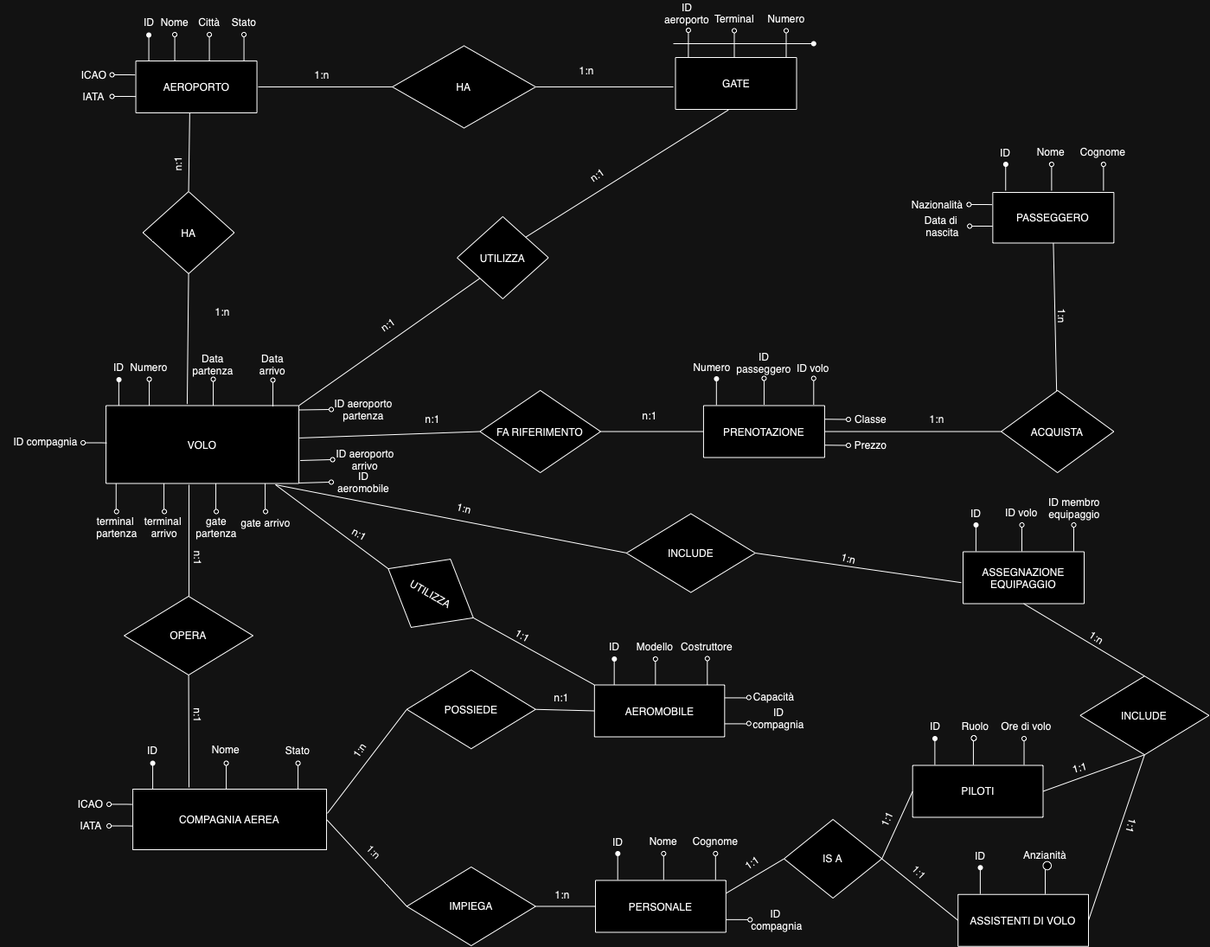
albertocnve1/proj_DB keeps this draw.io diagram as Schema logico ristrutturato/Schema logico (dark).png. Above is the earlier version. Source tidied: cells renumbered, new cells last; positions are measured from the earlier drawing's top-left corner, leaving out a move shared by most shapes.
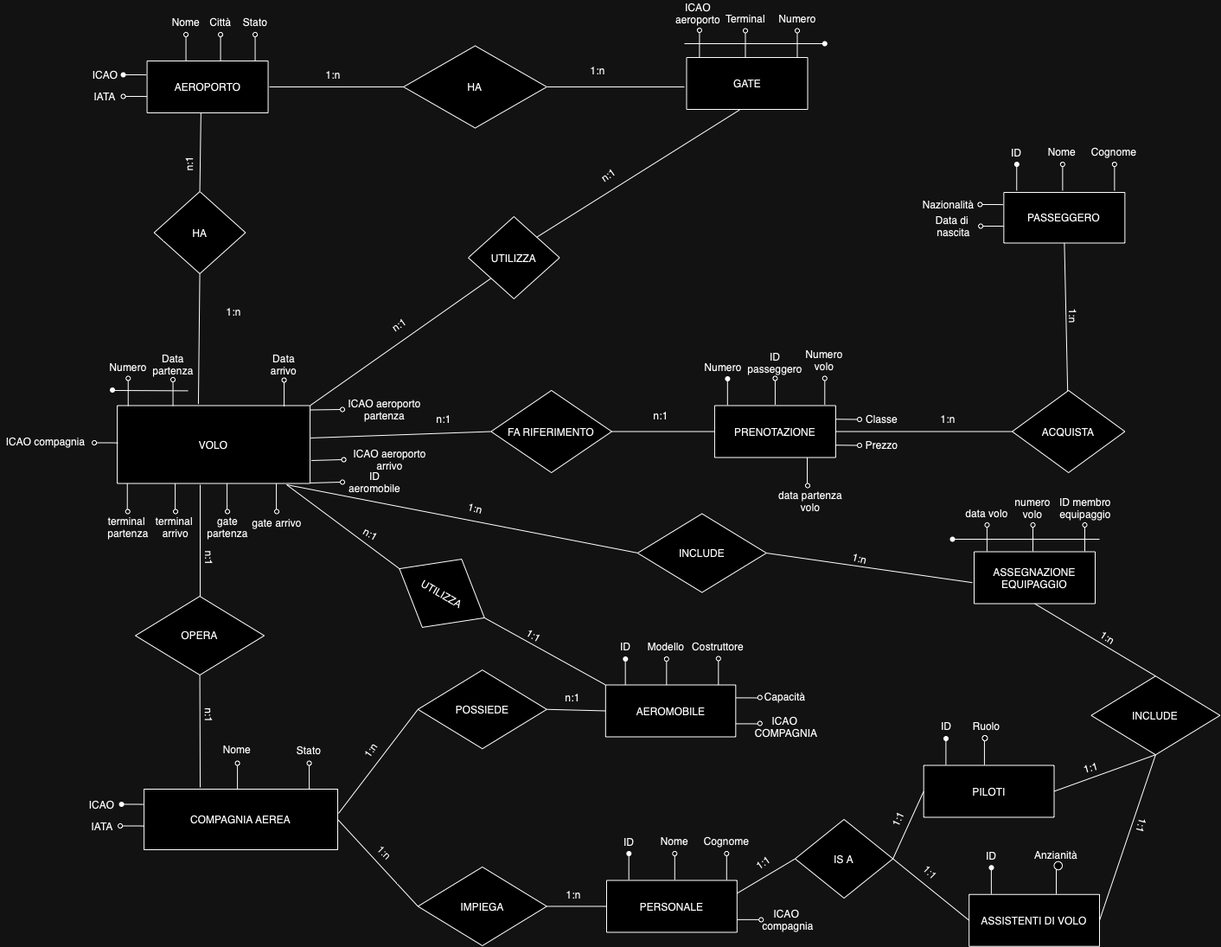
Later version of the same file.

What changed in the source:
```diff
@@ -5,18 +5,6 @@
     <mxCell id="2" value="AEROPORTO" style="rounded=0;whiteSpace=wrap;html=1;" parent="1" vertex="1">
       <mxGeometry x="157.6" y="70" width="140" height="60" as="geometry" />
     </mxCell>
-    <mxCell id="3" style="endArrow=none;html=1;rounded=0;" parent="1" edge="1">
-      <mxGeometry relative="1" as="geometry">
-        <mxPoint x="172.6" y="70" as="sourcePoint" />
-        <mxPoint x="172.6" y="40" as="targetPoint" />
-      </mxGeometry>
-    </mxCell>
-    <mxCell id="4" style="shape=waypoint;sketch=0;fillStyle=solid;size=6;fillColor=none;perimeter=centerPerimeter;" parent="1" vertex="1">
-      <mxGeometry x="162.6" y="30" width="20" height="20" as="geometry" />
-    </mxCell>
-    <mxCell id="5" value="ID" style="text;html=1;align=center;verticalAlign=middle;whiteSpace=wrap;rounded=0;" parent="1" vertex="1">
-      <mxGeometry x="142.6" y="10" width="60" height="30" as="geometry" />
-    </mxCell>
     <mxCell id="6" style="endArrow=none;html=1;rounded=0;" parent="1" edge="1">
       <mxGeometry relative="1" as="geometry">
         <mxPoint x="202.6" y="70" as="sourcePoint" />
@@ -71,18 +59,6 @@
     <mxCell id="16" value="COMPAGNIA AEREA" style="rounded=0;whiteSpace=wrap;html=1;" parent="1" vertex="1">
       <mxGeometry x="154.1" y="912" width="223.9" height="70" as="geometry" />
     </mxCell>
-    <mxCell id="17" style="endArrow=none;html=1;rounded=0;" parent="1" edge="1">
-      <mxGeometry relative="1" as="geometry">
-        <mxPoint x="177.1" y="912" as="sourcePoint" />
-        <mxPoint x="177.1" y="882" as="targetPoint" />
-      </mxGeometry>
-    </mxCell>
-    <mxCell id="18" style="shape=waypoint;sketch=0;fillStyle=solid;size=6;fillColor=none;perimeter=centerPerimeter;" parent="1" vertex="1">
-      <mxGeometry x="167.1" y="872" width="20" height="20" as="geometry" />
-    </mxCell>
-    <mxCell id="19" value="ID" style="text;html=1;align=center;verticalAlign=middle;whiteSpace=wrap;rounded=0;" parent="1" vertex="1">
-      <mxGeometry x="147.1" y="852" width="60" height="30" as="geometry" />
-    </mxCell>
     <mxCell id="20" style="endArrow=none;html=1;rounded=0;" parent="1" edge="1">
       <mxGeometry relative="1" as="geometry">
         <mxPoint x="262.1" y="912" as="sourcePoint" />
@@ -104,9 +80,6 @@
     <mxCell id="23" value="Stato" style="text;html=1;align=center;verticalAlign=middle;whiteSpace=wrap;rounded=0;" parent="1" vertex="1">
       <mxGeometry x="315.1" y="852" width="60" height="30" as="geometry" />
     </mxCell>
-    <mxCell id="24" style="ellipse;whiteSpace=wrap;html=1;" parent="1" vertex="1">
-      <mxGeometry x="127.6" y="83.5" width="5" height="5" as="geometry" />
-    </mxCell>
     <mxCell id="25" style="ellipse;whiteSpace=wrap;html=1;" parent="1" vertex="1">
       <mxGeometry x="127.6" y="108.5" width="5" height="5" as="geometry" />
     </mxCell>
@@ -143,9 +116,6 @@
     <mxCell id="32" value="IATA" style="text;html=1;align=center;verticalAlign=middle;whiteSpace=wrap;rounded=0;" parent="1" vertex="1">
       <mxGeometry x="77.9" y="939.5" width="56.2" height="30" as="geometry" />
     </mxCell>
-    <mxCell id="33" style="ellipse;whiteSpace=wrap;html=1;" parent="1" vertex="1">
-      <mxGeometry x="124.1" y="927" width="5" height="5" as="geometry" />
-    </mxCell>
     <mxCell id="34" style="ellipse;whiteSpace=wrap;html=1;" parent="1" vertex="1">
       <mxGeometry x="124.1" y="952" width="5" height="5" as="geometry" />
     </mxCell>
@@ -209,8 +179,8 @@
     <mxCell id="48" value="Capacità" style="text;html=1;align=center;verticalAlign=middle;whiteSpace=wrap;rounded=0;" parent="1" vertex="1">
       <mxGeometry x="866.8" y="790" width="57" height="30" as="geometry" />
     </mxCell>
-    <mxCell id="49" value="ID compagnia&lt;div&gt;&lt;br&gt;&lt;/div&gt;" style="text;html=1;align=center;verticalAlign=middle;whiteSpace=wrap;rounded=0;" parent="1" vertex="1">
-      <mxGeometry x="872.6" y="811.8" width="56.2" height="49.5" as="geometry" />
+    <mxCell id="49" value="&lt;div&gt;ICAO&amp;nbsp;&lt;/div&gt;&lt;div&gt;COMPAGNIA&lt;/div&gt;" style="text;html=1;align=center;verticalAlign=middle;whiteSpace=wrap;rounded=0;" parent="1" vertex="1">
+      <mxGeometry x="848.9" y="815.2" width="96.4" height="49.5" as="geometry" />
     </mxCell>
     <mxCell id="50" style="ellipse;whiteSpace=wrap;html=1;" parent="1" vertex="1">
       <mxGeometry x="863.8" y="803.5" width="5" height="5" as="geometry" />
@@ -223,7 +193,7 @@
         <mxPoint x="796.4" y="35.5" as="targetPoint" />
       </mxGeometry>
     </mxCell>
-    <mxCell id="53" value="ID&lt;div&gt;aeroporto&lt;/div&gt;" style="text;html=1;align=center;verticalAlign=middle;whiteSpace=wrap;rounded=0;" parent="1" vertex="1">
+    <mxCell id="53" value="ICAO&lt;br&gt;&lt;div&gt;aeroporto&lt;/div&gt;" style="text;html=1;align=center;verticalAlign=middle;whiteSpace=wrap;rounded=0;" parent="1" vertex="1">
       <mxGeometry x="765.3" width="60" height="30" as="geometry" />
     </mxCell>
     <mxCell id="54" style="endArrow=none;html=1;rounded=0;" parent="1" edge="1">
@@ -253,49 +223,34 @@
     <mxCell id="60" value="VOLO" style="rounded=0;whiteSpace=wrap;html=1;" parent="1" vertex="1">
       <mxGeometry x="123.1" y="468.5" width="223" height="90" as="geometry" />
     </mxCell>
-    <mxCell id="61" style="endArrow=none;html=1;rounded=0;" parent="1" edge="1">
-      <mxGeometry relative="1" as="geometry">
-        <mxPoint x="137.9" y="468.5" as="sourcePoint" />
-        <mxPoint x="137.9" y="438.5" as="targetPoint" />
-      </mxGeometry>
-    </mxCell>
-    <mxCell id="62" style="shape=waypoint;sketch=0;fillStyle=solid;size=6;fillColor=none;perimeter=centerPerimeter;" parent="1" vertex="1">
-      <mxGeometry x="128.1" y="428.5" width="20" height="20" as="geometry" />
-    </mxCell>
-    <mxCell id="63" value="ID" style="text;html=1;align=center;verticalAlign=middle;whiteSpace=wrap;rounded=0;" parent="1" vertex="1">
-      <mxGeometry x="108.1" y="408.5" width="60" height="30" as="geometry" />
-    </mxCell>
     <mxCell id="64" style="endArrow=none;html=1;rounded=0;" parent="1" edge="1">
       <mxGeometry relative="1" as="geometry">
-        <mxPoint x="173.1" y="468.5" as="sourcePoint" />
-        <mxPoint x="173.1" y="438.5" as="targetPoint" />
+        <mxPoint x="135.7" y="469" as="sourcePoint" />
+        <mxPoint x="135.7" y="439" as="targetPoint" />
       </mxGeometry>
     </mxCell>
     <mxCell id="65" value="Numero" style="text;html=1;align=center;verticalAlign=middle;whiteSpace=wrap;rounded=0;" parent="1" vertex="1">
-      <mxGeometry x="143.1" y="408.5" width="60" height="30" as="geometry" />
+      <mxGeometry x="105.7" y="413" width="60" height="21" as="geometry" />
     </mxCell>
     <mxCell id="66" style="endArrow=none;html=1;rounded=0;" parent="1" edge="1">
       <mxGeometry relative="1" as="geometry">
-        <mxPoint x="247.1" y="468.5" as="sourcePoint" />
-        <mxPoint x="247.1" y="438.5" as="targetPoint" />
+        <mxPoint x="187.6" y="469" as="sourcePoint" />
+        <mxPoint x="187.6" y="439" as="targetPoint" />
       </mxGeometry>
     </mxCell>
     <mxCell id="67" value="Data&lt;div&gt;partenza&lt;/div&gt;" style="text;html=1;align=center;verticalAlign=middle;whiteSpace=wrap;rounded=0;" parent="1" vertex="1">
-      <mxGeometry x="217.1" y="405.5" width="60" height="30" as="geometry" />
+      <mxGeometry x="157.6" y="406" width="60" height="30" as="geometry" />
     </mxCell>
     <mxCell id="68" style="endArrow=none;html=1;rounded=0;exitX=1;exitY=0.25;exitDx=0;exitDy=0;" parent="1" edge="1" source="76">
       <mxGeometry relative="1" as="geometry">
         <mxPoint x="386.1" y="474" as="targetPoint" />
       </mxGeometry>
     </mxCell>
-    <mxCell id="69" value="ID aeroporto&lt;div&gt;partenza&lt;/div&gt;" style="text;html=1;align=center;verticalAlign=middle;whiteSpace=wrap;rounded=0;" parent="1" vertex="1">
-      <mxGeometry x="386.1" y="458" width="70" height="30" as="geometry" />
+    <mxCell id="69" value="ICAO aeroporto&lt;div&gt;partenza&lt;/div&gt;" style="text;html=1;align=center;verticalAlign=middle;whiteSpace=wrap;rounded=0;" parent="1" vertex="1">
+      <mxGeometry x="386.1" y="458" width="92.9" height="30" as="geometry" />
     </mxCell>
-    <mxCell id="70" style="ellipse;whiteSpace=wrap;html=1;" parent="1" vertex="1">
-      <mxGeometry x="170.6" y="435.5" width="5" height="5" as="geometry" />
-    </mxCell>
     <mxCell id="71" style="ellipse;whiteSpace=wrap;html=1;" parent="1" vertex="1">
-      <mxGeometry x="244.6" y="435.5" width="5" height="5" as="geometry" />
+      <mxGeometry x="185.1" y="436" width="5" height="5" as="geometry" />
     </mxCell>
     <mxCell id="72" style="endArrow=none;html=1;rounded=0;" parent="1" edge="1">
       <mxGeometry relative="1" as="geometry">
@@ -322,8 +277,8 @@
         <mxPoint x="387.6" y="532" as="targetPoint" />
       </mxGeometry>
     </mxCell>
-    <mxCell id="78" value="ID aeroporto&lt;div&gt;arrivo&lt;/div&gt;" style="text;html=1;align=center;verticalAlign=middle;whiteSpace=wrap;rounded=0;" parent="1" vertex="1">
-      <mxGeometry x="387.6" y="516" width="70" height="30" as="geometry" />
+    <mxCell id="78" value="ICAO aeroporto&lt;div&gt;arrivo&lt;/div&gt;" style="text;html=1;align=center;verticalAlign=middle;whiteSpace=wrap;rounded=0;" parent="1" vertex="1">
+      <mxGeometry x="387.6" y="516" width="101.4" height="30" as="geometry" />
     </mxCell>
     <mxCell id="79" style="endArrow=none;html=1;rounded=0;exitX=1;exitY=0.25;exitDx=0;exitDy=0;" parent="1" edge="1" target="80">
       <mxGeometry relative="1" as="geometry">
@@ -342,8 +297,8 @@
         </Array>
       </mxGeometry>
     </mxCell>
-    <mxCell id="82" value="ID compagnia" style="text;html=1;align=center;verticalAlign=middle;whiteSpace=wrap;rounded=0;" parent="1" vertex="1">
-      <mxGeometry x="0.1" y="494.5" width="107" height="30" as="geometry" />
+    <mxCell id="82" value="ICAO compagnia" style="text;html=1;align=center;verticalAlign=middle;whiteSpace=wrap;rounded=0;" parent="1" vertex="1">
+      <mxGeometry x="-12.9" y="494.5" width="107" height="30" as="geometry" />
     </mxCell>
     <mxCell id="83" style="ellipse;whiteSpace=wrap;html=1;" parent="1" vertex="1">
       <mxGeometry x="94.1" y="509" width="5" height="5" as="geometry" />
@@ -493,8 +448,8 @@
         <mxPoint x="941.3" y="437.5" as="targetPoint" />
       </mxGeometry>
     </mxCell>
-    <mxCell id="119" value="ID volo" style="text;html=1;align=center;verticalAlign=middle;whiteSpace=wrap;rounded=0;" parent="1" vertex="1">
-      <mxGeometry x="911.3" y="409.5" width="60" height="30" as="geometry" />
+    <mxCell id="119" value="Numero volo" style="text;html=1;align=center;verticalAlign=middle;whiteSpace=wrap;rounded=0;" parent="1" vertex="1">
+      <mxGeometry x="911.3" y="400.5" width="60" height="30" as="geometry" />
     </mxCell>
     <mxCell id="120" style="ellipse;whiteSpace=wrap;html=1;" parent="1" vertex="1">
       <mxGeometry x="938.8" y="434.5" width="5" height="5" as="geometry" />
@@ -547,10 +502,7 @@
         <mxPoint x="1128.9" y="607" as="targetPoint" />
       </mxGeometry>
     </mxCell>
-    <mxCell id="133" style="shape=waypoint;sketch=0;fillStyle=solid;size=6;fillColor=none;perimeter=centerPerimeter;" parent="1" vertex="1">
-      <mxGeometry x="1119" y="596.5" width="20" height="20" as="geometry" />
-    </mxCell>
-    <mxCell id="134" value="ID" style="text;html=1;align=center;verticalAlign=middle;whiteSpace=wrap;rounded=0;" parent="1" vertex="1">
+    <mxCell id="134" value="data volo" style="text;html=1;align=center;verticalAlign=middle;whiteSpace=wrap;rounded=0;" parent="1" vertex="1">
       <mxGeometry x="1099" y="577.5" width="60" height="30" as="geometry" />
     </mxCell>
     <mxCell id="135" style="endArrow=none;html=1;rounded=0;" parent="1" edge="1">
@@ -559,8 +511,8 @@
         <mxPoint x="1182" y="607" as="targetPoint" />
       </mxGeometry>
     </mxCell>
-    <mxCell id="136" value="ID volo" style="text;html=1;align=center;verticalAlign=middle;whiteSpace=wrap;rounded=0;" parent="1" vertex="1">
-      <mxGeometry x="1152" y="577" width="60" height="30" as="geometry" />
+    <mxCell id="136" value="numero volo" style="text;html=1;align=center;verticalAlign=middle;whiteSpace=wrap;rounded=0;" parent="1" vertex="1">
+      <mxGeometry x="1152" y="572" width="60" height="30" as="geometry" />
     </mxCell>
     <mxCell id="137" style="endArrow=none;html=1;rounded=0;" parent="1" edge="1">
       <mxGeometry relative="1" as="geometry">
@@ -698,7 +650,7 @@
     <mxCell id="171" style="ellipse;whiteSpace=wrap;html=1;" parent="1" vertex="1">
       <mxGeometry x="865.2" y="1060.5" width="5" height="5" as="geometry" />
     </mxCell>
-    <mxCell id="172" value="ID&amp;nbsp;&lt;div&gt;compagnia&lt;/div&gt;" style="text;html=1;align=center;verticalAlign=middle;whiteSpace=wrap;rounded=0;" parent="1" vertex="1">
+    <mxCell id="172" value="ICAO&amp;nbsp;&lt;div&gt;compagnia&lt;/div&gt;" style="text;html=1;align=center;verticalAlign=middle;whiteSpace=wrap;rounded=0;" parent="1" vertex="1">
       <mxGeometry x="868.8" y="1047.5" width="60" height="30" as="geometry" />
     </mxCell>
     <mxCell id="173" style="endArrow=none;html=1;rounded=0;exitX=1;exitY=0.5;exitDx=0;exitDy=0;entryX=0;entryY=0.5;entryDx=0;entryDy=0;" parent="1" edge="1" source="168" target="121">
@@ -810,18 +762,6 @@
     <mxCell id="206" value="ID" style="text;html=1;align=center;verticalAlign=middle;whiteSpace=wrap;rounded=0;" parent="1" vertex="1">
       <mxGeometry x="1051.5" y="824.5" width="60" height="30" as="geometry" />
     </mxCell>
-    <mxCell id="207" style="endArrow=none;html=1;rounded=0;" parent="1" edge="1">
-      <mxGeometry relative="1" as="geometry">
-        <mxPoint x="1184.5" y="884" as="sourcePoint" />
-        <mxPoint x="1184.5" y="854" as="targetPoint" />
-      </mxGeometry>
-    </mxCell>
-    <mxCell id="208" value="Ore di volo" style="text;html=1;align=center;verticalAlign=middle;whiteSpace=wrap;rounded=0;" parent="1" vertex="1">
-      <mxGeometry x="1144" y="824.5" width="87.2" height="30" as="geometry" />
-    </mxCell>
-    <mxCell id="209" style="ellipse;whiteSpace=wrap;html=1;" parent="1" vertex="1">
-      <mxGeometry x="1182" y="851" width="5" height="5" as="geometry" />
-    </mxCell>
     <mxCell id="210" value="ASSISTENTI DI VOLO" style="rounded=0;whiteSpace=wrap;html=1;" parent="1" vertex="1">
       <mxGeometry x="1108.2" y="1033.8" width="150.8" height="60" as="geometry" />
     </mxCell>
@@ -942,5 +882,47 @@
     <mxCell id="242" style="ellipse;whiteSpace=wrap;html=1;" parent="1" vertex="1">
       <mxGeometry x="188.1" y="588.5" width="5" height="5" as="geometry" />
     </mxCell>
+    <mxCell id="243" style="shape=waypoint;sketch=0;fillStyle=solid;size=6;fillColor=none;perimeter=centerPerimeter;" parent="1" vertex="1">
+      <mxGeometry x="120.1" y="76" width="20" height="20" as="geometry" />
+    </mxCell>
+    <mxCell id="244" style="shape=waypoint;sketch=0;fillStyle=solid;size=6;fillColor=none;perimeter=centerPerimeter;" parent="1" vertex="1">
+      <mxGeometry x="118.1" y="919.5" width="20" height="20" as="geometry" />
+    </mxCell>
+    <mxCell id="245" style="ellipse;whiteSpace=wrap;html=1;" parent="1" vertex="1">
+      <mxGeometry x="1126.5" y="604" width="5" height="5" as="geometry" />
+    </mxCell>
+    <mxCell id="246" style="endArrow=none;html=1;rounded=0;" parent="1" edge="1">
+      <mxGeometry relative="1" as="geometry">
+        <mxPoint x="1089" y="623" as="sourcePoint" />
+        <mxPoint x="1259" y="623" as="targetPoint" />
+      </mxGeometry>
+    </mxCell>
+    <mxCell id="247" style="shape=waypoint;sketch=0;fillStyle=solid;size=6;fillColor=none;perimeter=centerPerimeter;" parent="1" vertex="1">
+      <mxGeometry x="1079" y="613" width="20" height="20" as="geometry" />
+    </mxCell>
+    <mxCell id="248" style="endArrow=none;html=1;rounded=0;" parent="1" edge="1">
+      <mxGeometry relative="1" as="geometry">
+        <mxPoint x="921" y="558.5" as="sourcePoint" />
+        <mxPoint x="921" y="528.5" as="targetPoint" />
+      </mxGeometry>
+    </mxCell>
+    <mxCell id="249" value="data partenza volo" style="text;html=1;align=center;verticalAlign=middle;whiteSpace=wrap;rounded=0;" parent="1" vertex="1">
+      <mxGeometry x="881.4" y="563.5" width="87.5" height="30" as="geometry" />
+    </mxCell>
+    <mxCell id="250" style="ellipse;whiteSpace=wrap;html=1;" parent="1" vertex="1">
+      <mxGeometry x="919" y="558.5" width="5" height="5" as="geometry" />
+    </mxCell>
+    <mxCell id="251" style="ellipse;whiteSpace=wrap;html=1;" parent="1" vertex="1">
+      <mxGeometry x="133.2" y="434.5" width="5" height="5" as="geometry" />
+    </mxCell>
+    <mxCell id="252" style="endArrow=none;html=1;rounded=0;" parent="1" edge="1">
+      <mxGeometry relative="1" as="geometry">
+        <mxPoint x="119" y="451" as="sourcePoint" />
+        <mxPoint x="205.1" y="451.4" as="targetPoint" />
+      </mxGeometry>
+    </mxCell>
+    <mxCell id="253" style="shape=waypoint;sketch=0;fillStyle=solid;size=6;fillColor=none;perimeter=centerPerimeter;" parent="1" vertex="1">
+      <mxGeometry x="107.6" y="440.5" width="20" height="20" as="geometry" />
+    </mxCell>
   </root>
 </mxGraphModel>
```
